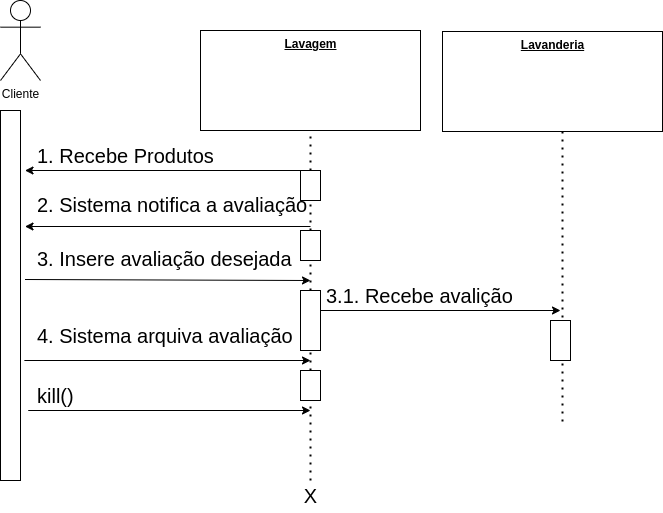
This is resources/sequence_prestador.png from MuriloGomesMunhoz/A-SClean, a draw.io export, as it was before one commit. Source tidied: cells renumbered, new cells last; positions are measured from the earlier drawing's top-left corner, leaving out a move shared by most shapes.
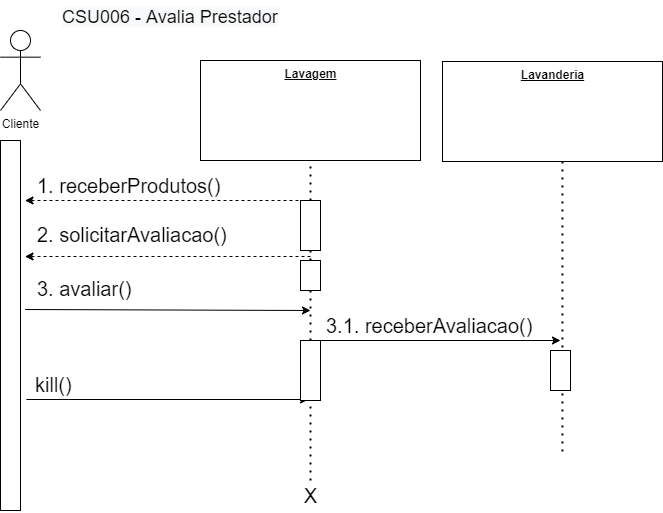
The same diagram one commit later.

The edit, as a diff of the source:
```diff
@@ -7,22 +7,22 @@
         <mxPoint x="310" y="130" as="targetPoint" />
       </mxGeometry>
     </mxCell>
-    <mxCell id="3" value="1. Recebe Produtos" style="text;html=1;strokeColor=none;fillColor=none;align=left;verticalAlign=middle;whiteSpace=wrap;rounded=0;fontSize=20;" parent="1" vertex="1">
+    <mxCell id="3" value="1. receberProdutos()" style="text;html=1;strokeColor=none;fillColor=none;align=left;verticalAlign=middle;whiteSpace=wrap;rounded=0;fontSize=20;" parent="1" vertex="1">
       <mxGeometry x="35" y="140" width="203.6" height="30" as="geometry" />
     </mxCell>
     <mxCell id="4" value="&lt;b&gt;&lt;u&gt;Lavagem&lt;/u&gt;&lt;/b&gt;" style="html=1;verticalAlign=top;" parent="1" vertex="1">
       <mxGeometry x="200" y="30" width="220" height="100" as="geometry" />
     </mxCell>
-    <mxCell id="5" style="endArrow=classic;html=1;rounded=0;" parent="1" edge="1">
+    <mxCell id="5" style="endArrow=classic;html=1;rounded=0;dashed=1;" parent="1" edge="1">
       <mxGeometry relative="1" as="geometry">
         <mxPoint x="310" y="170" as="sourcePoint" />
         <mxPoint x="24.5" y="170" as="targetPoint" />
       </mxGeometry>
     </mxCell>
-    <mxCell id="6" value="2. Sistema notifica a avaliação" style="text;html=1;strokeColor=none;fillColor=none;align=left;verticalAlign=middle;whiteSpace=wrap;rounded=0;fontSize=20;" parent="1" vertex="1">
+    <mxCell id="6" value="2. solicitarAvaliacao()" style="text;html=1;strokeColor=none;fillColor=none;align=left;verticalAlign=middle;whiteSpace=wrap;rounded=0;fontSize=20;" parent="1" vertex="1">
       <mxGeometry x="35" y="189" width="275" height="30" as="geometry" />
     </mxCell>
-    <mxCell id="7" style="endArrow=classic;html=1;rounded=0;" parent="1" edge="1">
+    <mxCell id="7" style="endArrow=classic;html=1;rounded=0;dashed=1;" parent="1" edge="1">
       <mxGeometry relative="1" as="geometry">
         <mxPoint x="310" y="226" as="sourcePoint" />
         <mxPoint x="24.5" y="226" as="targetPoint" />
@@ -34,12 +34,9 @@
         <mxPoint x="310" y="280" as="targetPoint" />
       </mxGeometry>
     </mxCell>
-    <mxCell id="9" value="3. Insere avaliação desejada" style="text;html=1;strokeColor=none;fillColor=none;align=left;verticalAlign=middle;whiteSpace=wrap;rounded=0;fontSize=20;" parent="1" vertex="1">
+    <mxCell id="9" value="3. avaliar()" style="text;html=1;strokeColor=none;fillColor=none;align=left;verticalAlign=middle;whiteSpace=wrap;rounded=0;fontSize=20;" parent="1" vertex="1">
       <mxGeometry x="35" y="243" width="265" height="30" as="geometry" />
     </mxCell>
-    <mxCell id="10" value="4. Sistema arquiva avaliação" style="text;html=1;strokeColor=none;fillColor=none;align=left;verticalAlign=middle;whiteSpace=wrap;rounded=0;fontSize=20;" parent="1" vertex="1">
-      <mxGeometry x="35" y="320" width="265" height="30" as="geometry" />
-    </mxCell>
     <mxCell id="11" value="&lt;b&gt;&lt;u&gt;Lavanderia&lt;/u&gt;&lt;/b&gt;" style="html=1;verticalAlign=top;" parent="1" vertex="1">
       <mxGeometry x="442" y="31" width="220" height="100" as="geometry" />
     </mxCell>
@@ -55,30 +52,24 @@
         <mxPoint x="560" y="310" as="targetPoint" />
       </mxGeometry>
     </mxCell>
-    <mxCell id="14" value="3.1. Recebe avalição" style="text;html=1;strokeColor=none;fillColor=none;align=left;verticalAlign=middle;whiteSpace=wrap;rounded=0;fontSize=20;" parent="1" vertex="1">
+    <mxCell id="14" value="3.1. receberAvaliacao()" style="text;html=1;strokeColor=none;fillColor=none;align=left;verticalAlign=middle;whiteSpace=wrap;rounded=0;fontSize=20;" parent="1" vertex="1">
       <mxGeometry x="324" y="280" width="220" height="30" as="geometry" />
     </mxCell>
-    <mxCell id="15" style="endArrow=classic;html=1;rounded=0;" parent="1" edge="1">
-      <mxGeometry relative="1" as="geometry">
-        <mxPoint x="23.9" y="360" as="sourcePoint" />
-        <mxPoint x="310" y="360" as="targetPoint" />
-      </mxGeometry>
-    </mxCell>
     <mxCell id="16" value="kill()" style="text;html=1;strokeColor=none;fillColor=none;align=left;verticalAlign=middle;whiteSpace=wrap;rounded=0;fontSize=20;" parent="1" vertex="1">
-      <mxGeometry x="35" y="380" width="230" height="30" as="geometry" />
+      <mxGeometry x="33.1" y="339" width="230" height="30" as="geometry" />
     </mxCell>
     <mxCell id="17" style="endArrow=classic;html=1;rounded=0;" parent="1" edge="1">
       <mxGeometry relative="1" as="geometry">
-        <mxPoint x="27.7" y="410" as="sourcePoint" />
-        <mxPoint x="310" y="410" as="targetPoint" />
+        <mxPoint x="25.9" y="369" as="sourcePoint" />
+        <mxPoint x="308.1" y="369" as="targetPoint" />
       </mxGeometry>
     </mxCell>
     <mxCell id="18" value="X" style="text;html=1;strokeColor=none;fillColor=none;align=center;verticalAlign=middle;whiteSpace=wrap;rounded=0;fontSize=20;" parent="1" vertex="1">
-      <mxGeometry x="288.6" y="480" width="42.8" height="30" as="geometry" />
+      <mxGeometry x="288.6" y="450" width="42.8" height="30" as="geometry" />
     </mxCell>
     <mxCell id="19" style="endArrow=none;dashed=1;html=1;dashPattern=1 3;strokeWidth=2;rounded=0;fontSize=20;" parent="1" edge="1" target="18">
       <mxGeometry relative="1" as="geometry">
-        <mxPoint x="310" y="510" as="sourcePoint" />
+        <mxPoint x="310" y="480" as="sourcePoint" />
       </mxGeometry>
     </mxCell>
     <mxCell id="20" style="edgeStyle=orthogonalEdgeStyle;rounded=0;orthogonalLoop=1;jettySize=auto;html=1;endArrow=none;endFill=0;" parent="1" edge="1">
@@ -97,7 +88,7 @@
       <mxGeometry x="550" y="320" width="20" height="40" as="geometry" />
     </mxCell>
     <mxCell id="24" style="rounded=0;whiteSpace=wrap;html=1;" parent="1" vertex="1">
-      <mxGeometry x="300" y="170" width="20" height="30" as="geometry" />
+      <mxGeometry x="300" y="170" width="20" height="50" as="geometry" />
     </mxCell>
     <mxCell id="25" style="endArrow=none;dashed=1;html=1;dashPattern=1 3;strokeWidth=2;rounded=0;fontSize=20;startArrow=none;" parent="1" edge="1" source="26" target="24">
       <mxGeometry relative="1" as="geometry" />
@@ -109,16 +100,21 @@
       <mxGeometry relative="1" as="geometry" />
     </mxCell>
     <mxCell id="28" style="rounded=0;whiteSpace=wrap;html=1;" parent="1" vertex="1">
-      <mxGeometry x="300" y="290" width="20" height="60" as="geometry" />
+      <mxGeometry x="300" y="310" width="20" height="60" as="geometry" />
     </mxCell>
-    <mxCell id="29" style="endArrow=none;dashed=1;html=1;dashPattern=1 3;strokeWidth=2;rounded=0;fontSize=20;startArrow=none;" parent="1" edge="1" source="30" target="28">
-      <mxGeometry relative="1" as="geometry" />
+    <mxCell id="29" style="endArrow=none;dashed=1;html=1;dashPattern=1 3;strokeWidth=2;rounded=0;fontSize=20;startArrow=none;" parent="1" edge="1">
+      <mxGeometry relative="1" as="geometry">
+        <mxPoint x="308.1" y="329" as="sourcePoint" />
+        <mxPoint x="308.1" y="329" as="targetPoint" />
+      </mxGeometry>
     </mxCell>
-    <mxCell id="30" style="rounded=0;whiteSpace=wrap;html=1;" parent="1" vertex="1">
-      <mxGeometry x="300" y="370" width="20" height="30" as="geometry" />
-    </mxCell>
-    <mxCell id="31" style="endArrow=none;dashed=1;html=1;dashPattern=1 3;strokeWidth=2;rounded=0;fontSize=20;startArrow=none;" parent="1" edge="1" source="18" target="30">
-      <mxGeometry relative="1" as="geometry" />
+    <mxCell id="31" style="endArrow=none;dashed=1;html=1;dashPattern=1 3;strokeWidth=2;rounded=0;fontSize=20;startArrow=none;" parent="1" edge="1" source="18">
+      <mxGeometry relative="1" as="geometry">
+        <mxPoint x="310" y="370" as="targetPoint" />
+      </mxGeometry>
     </mxCell>
+    <mxCell id="32" value="&lt;span style=&quot;color: rgb(0, 0, 0); font-family: Helvetica; font-size: 18px; font-style: normal; font-variant-ligatures: normal; font-variant-caps: normal; font-weight: 400; letter-spacing: normal; orphans: 2; text-align: center; text-indent: 0px; text-transform: none; widows: 2; word-spacing: 0px; -webkit-text-stroke-width: 0px; background-color: rgb(248, 249, 250); text-decoration-thickness: initial; text-decoration-style: initial; text-decoration-color: initial; float: none; display: inline !important;&quot;&gt;CSU006 - Avalia Prestador&lt;br&gt;&lt;br&gt;&lt;/span&gt;" style="text;whiteSpace=wrap;html=1;" parent="1" vertex="1">
+      <mxGeometry x="60" y="-30" width="290" height="50" as="geometry" />
+    </mxCell>
   </root>
 </mxGraphModel>
```
